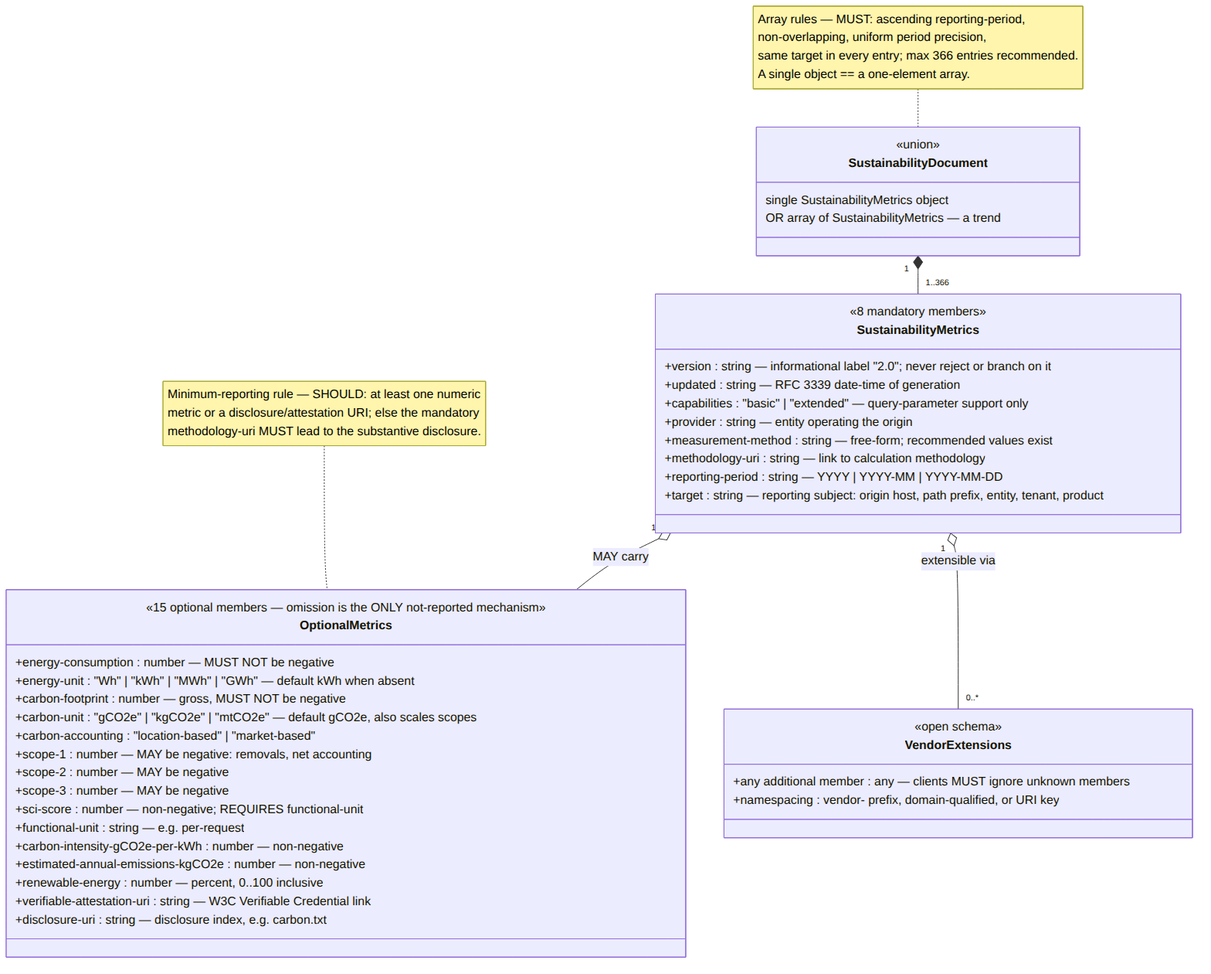
Earlier version of the Mermaid export architecture/images/data-model.png (andreibesleaga/rfc-sustainability-wellknown). Its source is kept beside it as architecture/diagrams/data-model.mmd.
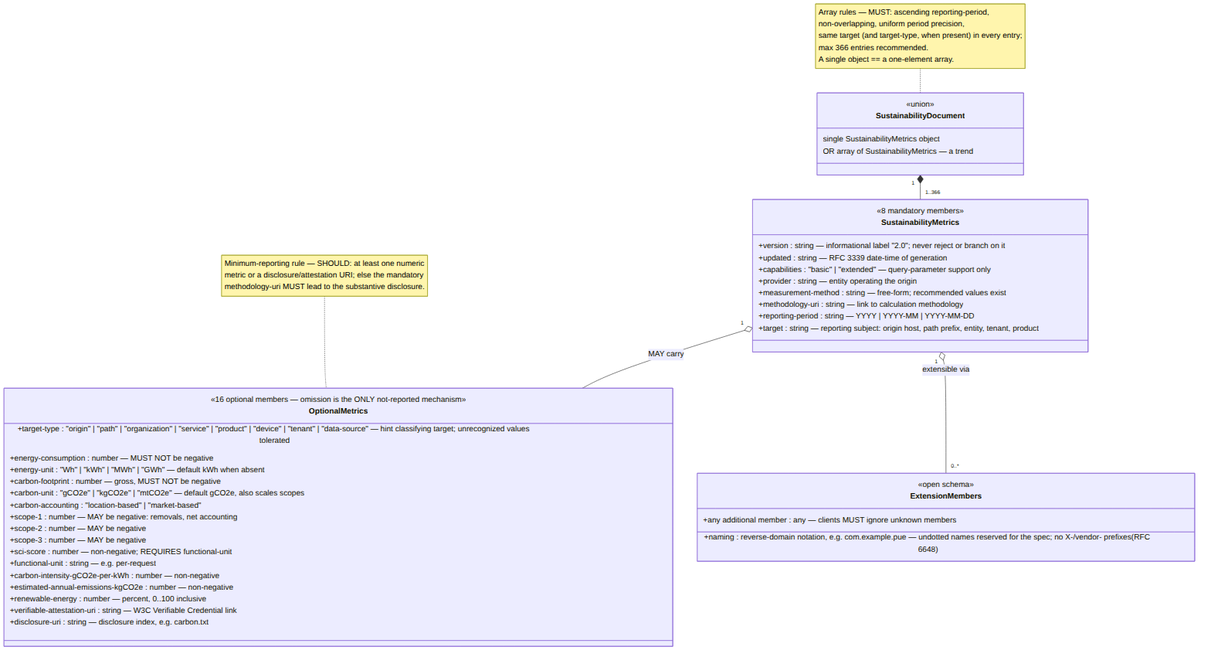
After the change.

What changed in the source:
```diff
@@ -6,7 +6,8 @@
     }
     note for SustainabilityDocument "Array rules — MUST: ascending reporting-period,
     non-overlapping, uniform period precision,
-    same target in every entry; max 366 entries recommended.
+    same target (and target-type, when present) in every entry;
+    max 366 entries recommended.
     A single object == a one-element array."
 
     SustainabilityDocument "1" *-- "1..366" SustainabilityMetrics
@@ -24,7 +25,8 @@
     }
 
     class OptionalMetrics {
-        <<15 optional members — omission is the ONLY not-reported mechanism>>
+        <<16 optional members — omission is the ONLY not-reported mechanism>>
+        +target-type : "origin" | "path" | "organization" | "service" | "product" | "device" | "tenant" | "data-source" — hint classifying target; unrecognized values tolerated
         +energy-consumption : number — MUST NOT be negative
         +energy-unit : "Wh" | "kWh" | "MWh" | "GWh" — default kWh when absent
         +carbon-footprint : number — gross, MUST NOT be negative
@@ -44,12 +46,12 @@
 
     SustainabilityMetrics "1" o-- "0..1" OptionalMetrics : MAY carry
 
-    class VendorExtensions {
+    class ExtensionMembers {
         <<open schema>>
         +any additional member : any — clients MUST ignore unknown members
-        +namespacing : vendor- prefix, domain-qualified, or URI key
+        +naming : reverse-domain notation, e.g. com.example.pue — undotted names reserved for the spec; no X-/vendor- prefixes (RFC 6648)
     }
-    SustainabilityMetrics "1" o-- "0..*" VendorExtensions : extensible via
+    SustainabilityMetrics "1" o-- "0..*" ExtensionMembers : extensible via
 
     note for OptionalMetrics "Minimum-reporting rule — SHOULD: at least one numeric
     metric or a disclosure/attestation URI; else the mandatory
```
